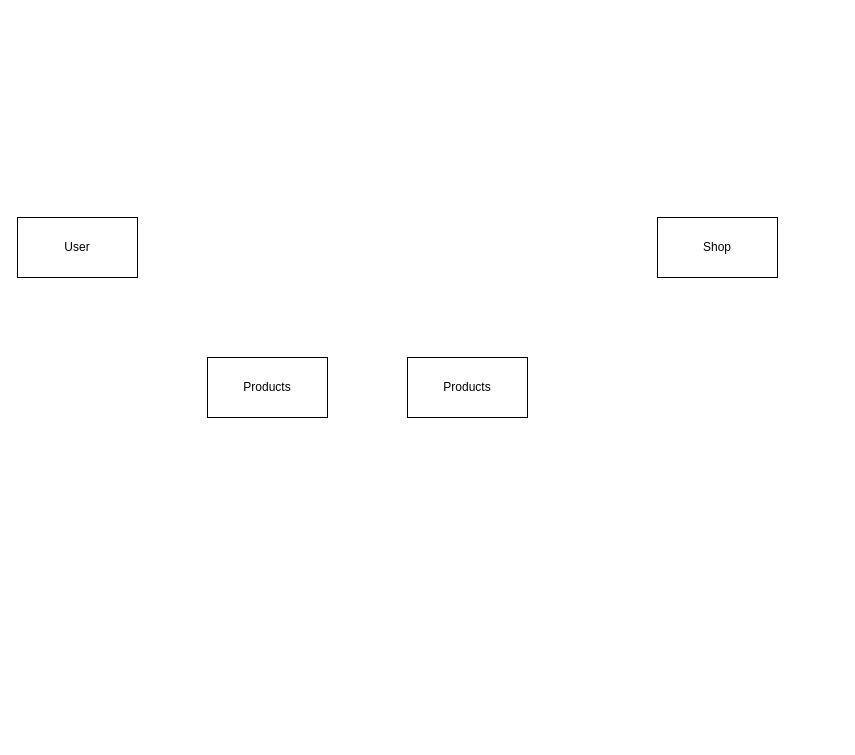
This is Ecogreen Purchase flow.drawio from Icey-Python/DIAGRAMS, a draw.io file, before an edit. Source tidied: cells renumbered, new cells numbered last; positions are measured from the earlier drawing's top-left corner, leaving out a move shared by most shapes. Both pictures are drawn from the tidied source at 100%, with x=0, y=0 at pixel (17, 217).
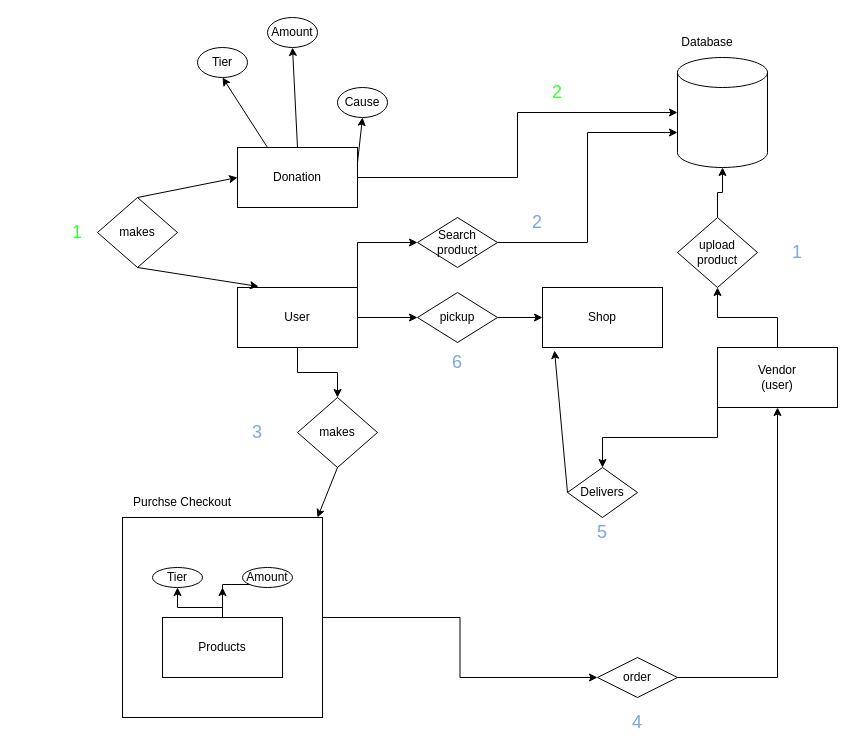
The same diagram, later.

What changed in the source:
```diff
@@
+    <mxCell id="6" style="edgeStyle=orthogonalEdgeStyle;rounded=0;jettySize=auto;html=1;entryX=0;entryY=0.5;entryDx=0;entryDy=0;" parent="1" edge="1" source="2" target="43">
+      <mxGeometry relative="1" as="geometry" />
+    </mxCell>
+    <mxCell id="7" style="edgeStyle=orthogonalEdgeStyle;rounded=0;jettySize=auto;html=1;exitX=0.5;exitY=1;exitDx=0;exitDy=0;" parent="1" edge="1" source="2" target="22">
+      <mxGeometry relative="1" as="geometry" />
+    </mxCell>
+    <mxCell id="8" style="edgeStyle=orthogonalEdgeStyle;rounded=0;jettySize=auto;html=1;exitX=1;exitY=0;exitDx=0;exitDy=0;entryX=0;entryY=0.5;entryDx=0;entryDy=0;" parent="1" edge="1" source="2" target="44">
+      <mxGeometry relative="1" as="geometry" />
+    </mxCell>
     <mxCell id="2" value="&lt;div&gt;User&lt;/div&gt;" style="rounded=0;whiteSpace=wrap;html=1;" parent="1" vertex="1">
-      <mxGeometry width="120" height="60" as="geometry" />
+      <mxGeometry x="220" y="70" width="120" height="60" as="geometry" />
     </mxCell>
     <mxCell id="3" value="Shop" style="rounded=0;whiteSpace=wrap;html=1;" parent="1" vertex="1">
-      <mxGeometry x="640" width="120" height="60" as="geometry" />
+      <mxGeometry x="525" y="70" width="120" height="60" as="geometry" />
     </mxCell>
+    <mxCell id="9" style="rounded=0;jettySize=auto;html=1;exitX=0.25;exitY=0;exitDx=0;exitDy=0;entryX=0.5;entryY=1;entryDx=0;entryDy=0;" parent="1" edge="1" source="5" target="13">
+      <mxGeometry relative="1" as="geometry" />
+    </mxCell>
+    <mxCell id="10" style="rounded=0;jettySize=auto;html=1;exitX=0.5;exitY=0;exitDx=0;exitDy=0;entryX=0.5;entryY=1;entryDx=0;entryDy=0;" parent="1" edge="1" source="5" target="14">
+      <mxGeometry relative="1" as="geometry" />
+    </mxCell>
+    <mxCell id="11" style="rounded=0;jettySize=auto;html=1;exitX=1;exitY=0.25;exitDx=0;exitDy=0;entryX=0.5;entryY=1;entryDx=0;entryDy=0;" parent="1" edge="1" source="5" target="15">
+      <mxGeometry relative="1" as="geometry" />
+    </mxCell>
+    <mxCell id="12" style="edgeStyle=orthogonalEdgeStyle;rounded=0;jettySize=auto;html=1;" parent="1" edge="1" source="5" target="23">
+      <mxGeometry relative="1" as="geometry" />
+    </mxCell>
+    <mxCell id="5" value="Donation" style="rounded=0;whiteSpace=wrap;html=1;" parent="1" vertex="1">
+      <mxGeometry x="220" y="-70" width="120" height="60" as="geometry" />
+    </mxCell>
+    <mxCell id="13" value="&lt;div&gt;Tier&lt;/div&gt;" style="ellipse;whiteSpace=wrap;html=1;" parent="1" vertex="1">
+      <mxGeometry x="180" y="-170" width="50" height="30" as="geometry" />
+    </mxCell>
+    <mxCell id="14" value="Amount" style="ellipse;whiteSpace=wrap;html=1;" parent="1" vertex="1">
+      <mxGeometry x="250" y="-200" width="50" height="30" as="geometry" />
+    </mxCell>
+    <mxCell id="15" value="Cause" style="ellipse;whiteSpace=wrap;html=1;" parent="1" vertex="1">
+      <mxGeometry x="320" y="-130" width="50" height="30" as="geometry" />
+    </mxCell>
+    <mxCell id="16" style="rounded=0;jettySize=auto;html=1;exitX=0.5;exitY=0;exitDx=0;exitDy=0;entryX=0;entryY=0.5;entryDx=0;entryDy=0;" parent="1" edge="1" source="17" target="5">
+      <mxGeometry relative="1" as="geometry" />
+    </mxCell>
+    <mxCell id="17" value="&lt;div&gt;makes&lt;/div&gt;" style="rhombus;whiteSpace=wrap;html=1;" parent="1" vertex="1">
+      <mxGeometry x="80" y="-20" width="80" height="70" as="geometry" />
+    </mxCell>
+    <mxCell id="18" style="rounded=0;jettySize=auto;html=1;exitX=0.5;exitY=1;exitDx=0;exitDy=0;entryX=0.175;entryY=-0.017;entryDx=0;entryDy=0;entryPerimeter=0;" parent="1" edge="1" source="17" target="2">
+      <mxGeometry relative="1" as="geometry" />
+    </mxCell>
+    <mxCell id="19" value="Delivers" style="rhombus;whiteSpace=wrap;html=1;" parent="1" vertex="1">
+      <mxGeometry x="550" y="250" width="70" height="50" as="geometry" />
+    </mxCell>
+    <mxCell id="20" style="rounded=0;jettySize=auto;html=1;entryX=0.1;entryY=1.05;entryDx=0;entryDy=0;exitX=0;exitY=0.5;exitDx=0;exitDy=0;entryPerimeter=0;" parent="1" edge="1" source="19" target="3">
+      <mxGeometry relative="1" as="geometry" />
+    </mxCell>
+    <mxCell id="21" style="rounded=0;jettySize=auto;html=1;exitX=0.5;exitY=1;exitDx=0;exitDy=0;" parent="1" edge="1" source="22">
+      <mxGeometry relative="1" as="geometry">
+        <mxPoint x="300" y="300" as="targetPoint" />
+      </mxGeometry>
+    </mxCell>
+    <mxCell id="22" value="&lt;div&gt;makes&lt;/div&gt;" style="rhombus;whiteSpace=wrap;html=1;" parent="1" vertex="1">
+      <mxGeometry x="280" y="180" width="80" height="70" as="geometry" />
+    </mxCell>
+    <mxCell id="23" style="shape=cylinder3;whiteSpace=wrap;html=1;boundedLbl=1;backgroundOutline=1;size=15;" parent="1" vertex="1">
+      <mxGeometry x="660" y="-160" width="90" height="110" as="geometry" />
+    </mxCell>
+    <mxCell id="24" value="Database" style="text;html=1;align=center;verticalAlign=middle;whiteSpace=wrap;rounded=0;" parent="1" vertex="1">
+      <mxGeometry x="660" y="-190" width="60" height="30" as="geometry" />
+    </mxCell>
+    <mxCell id="25" style="group;" parent="1" vertex="1">
+      <mxGeometry x="105" y="270" width="200" height="230" as="geometry" />
+    </mxCell>
+    <mxCell id="26" style="group;" parent="25" vertex="1">
+      <mxGeometry y="30" width="200" height="200" as="geometry" />
+    </mxCell>
+    <mxCell id="27" style="whiteSpace=wrap;html=1;" parent="26" vertex="1">
+      <mxGeometry width="200" height="200" as="geometry" />
+    </mxCell>
+    <mxCell id="28" style="group;" parent="26" vertex="1">
+      <mxGeometry x="30" y="50" width="140" height="110" as="geometry" />
+    </mxCell>
+    <mxCell id="29" style="edgeStyle=orthogonalEdgeStyle;rounded=0;jettySize=auto;html=1;entryX=0.5;entryY=1;entryDx=0;entryDy=0;exitX=0.36;exitY=0.85;exitDx=0;exitDy=0;exitPerimeter=0;" parent="28" edge="1" source="32" target="31">
+      <mxGeometry relative="1" as="geometry" />
+    </mxCell>
+    <mxCell id="30" style="edgeStyle=orthogonalEdgeStyle;rounded=0;jettySize=auto;html=1;" parent="28" edge="1" source="4">
+      <mxGeometry relative="1" as="geometry">
+        <mxPoint x="70" y="20" as="targetPoint" />
+      </mxGeometry>
+    </mxCell>
-    <mxCell id="4" value="Products" style="rounded=0;whiteSpace=wrap;html=1;" parent="1" vertex="1">
-      <mxGeometry x="190" y="140" width="120" height="60" as="geometry" />
+    <mxCell id="4" value="Products" style="rounded=0;whiteSpace=wrap;html=1;" parent="28" vertex="1">
+      <mxGeometry x="10" y="50" width="120" height="60" as="geometry" />
     </mxCell>
-    <mxCell id="5" value="Products" style="rounded=0;whiteSpace=wrap;html=1;" parent="1" vertex="1">
-      <mxGeometry x="390" y="140" width="120" height="60" as="geometry" />
-    </mxCell>
+    <mxCell id="31" value="Tier" style="ellipse;whiteSpace=wrap;html=1;" parent="28" vertex="1">
+      <mxGeometry width="50" height="20" as="geometry" />
+    </mxCell>
+    <mxCell id="32" value="Amount" style="ellipse;whiteSpace=wrap;html=1;" parent="28" vertex="1">
+      <mxGeometry x="90" width="50" height="20" as="geometry" />
+    </mxCell>
+    <mxCell id="33" value="Purchse Checkout" style="text;html=1;align=center;verticalAlign=middle;whiteSpace=wrap;rounded=0;" parent="25" vertex="1">
+      <mxGeometry width="120" height="30" as="geometry" />
+    </mxCell>
+    <mxCell id="34" style="edgeStyle=orthogonalEdgeStyle;rounded=0;jettySize=auto;html=1;entryX=0.5;entryY=1;entryDx=0;entryDy=0;" parent="1" edge="1" source="36" target="38">
+      <mxGeometry relative="1" as="geometry" />
+    </mxCell>
+    <mxCell id="35" style="edgeStyle=orthogonalEdgeStyle;rounded=0;jettySize=auto;html=1;entryX=0.5;entryY=0;entryDx=0;entryDy=0;exitX=0;exitY=1;exitDx=0;exitDy=0;" parent="1" edge="1" source="36" target="19">
+      <mxGeometry relative="1" as="geometry" />
+    </mxCell>
+    <mxCell id="36" value="&lt;div&gt;Vendor&lt;/div&gt;&lt;div&gt;(user)&lt;br&gt;&lt;/div&gt;" style="rounded=0;whiteSpace=wrap;html=1;" parent="1" vertex="1">
+      <mxGeometry x="700" y="130" width="120" height="60" as="geometry" />
+    </mxCell>
+    <mxCell id="37" style="edgeStyle=orthogonalEdgeStyle;rounded=0;jettySize=auto;html=1;exitX=0.5;exitY=0;exitDx=0;exitDy=0;" parent="1" edge="1" source="38" target="23">
+      <mxGeometry relative="1" as="geometry" />
+    </mxCell>
+    <mxCell id="38" value="&lt;div&gt;upload &lt;br&gt;&lt;/div&gt;&lt;div&gt;product&lt;br&gt;&lt;/div&gt;" style="rhombus;whiteSpace=wrap;html=1;" parent="1" vertex="1">
+      <mxGeometry x="660" width="80" height="70" as="geometry" />
+    </mxCell>
+    <mxCell id="39" style="edgeStyle=orthogonalEdgeStyle;rounded=0;jettySize=auto;html=1;entryX=0.5;entryY=1;entryDx=0;entryDy=0;" parent="1" edge="1" source="40" target="36">
+      <mxGeometry relative="1" as="geometry" />
+    </mxCell>
+    <mxCell id="40" value="&lt;div&gt;order&lt;/div&gt;" style="rhombus;whiteSpace=wrap;html=1;" parent="1" vertex="1">
+      <mxGeometry x="580" y="440" width="80" height="40" as="geometry" />
+    </mxCell>
+    <mxCell id="41" style="edgeStyle=orthogonalEdgeStyle;rounded=0;jettySize=auto;html=1;entryX=0;entryY=0.5;entryDx=0;entryDy=0;" parent="1" edge="1" source="27" target="40">
+      <mxGeometry relative="1" as="geometry" />
+    </mxCell>
+    <mxCell id="42" style="edgeStyle=orthogonalEdgeStyle;rounded=0;jettySize=auto;html=1;exitX=1;exitY=0.5;exitDx=0;exitDy=0;entryX=0;entryY=0.5;entryDx=0;entryDy=0;" parent="1" edge="1" source="43" target="3">
+      <mxGeometry relative="1" as="geometry" />
+    </mxCell>
+    <mxCell id="43" value="pickup" style="rhombus;whiteSpace=wrap;html=1;" parent="1" vertex="1">
+      <mxGeometry x="400" y="75" width="80" height="50" as="geometry" />
+    </mxCell>
+    <mxCell id="44" value="&lt;div&gt;Search&lt;/div&gt;&lt;div&gt;product&lt;br&gt;&lt;/div&gt;" style="rhombus;whiteSpace=wrap;html=1;" parent="1" vertex="1">
+      <mxGeometry x="400" width="80" height="50" as="geometry" />
+    </mxCell>
+    <mxCell id="45" style="edgeStyle=orthogonalEdgeStyle;rounded=0;jettySize=auto;html=1;exitX=1;exitY=0.5;exitDx=0;exitDy=0;entryX=0;entryY=0;entryDx=0;entryDy=75;entryPerimeter=0;" parent="1" edge="1" source="44" target="23">
+      <mxGeometry relative="1" as="geometry" />
+    </mxCell>
+    <mxCell id="46" value="&lt;font color=&quot;#7ea6e0&quot; style=&quot;font-size: 18px;&quot;&gt;1&lt;/font&gt;" style="text;html=1;align=center;verticalAlign=middle;whiteSpace=wrap;rounded=0;" parent="1" vertex="1">
+      <mxGeometry x="750" y="20" width="60" height="30" as="geometry" />
+    </mxCell>
+    <mxCell id="47" value="&lt;font style=&quot;font-size: 18px;&quot; color=&quot;#7ea6e0&quot;&gt;2&lt;/font&gt;" style="text;html=1;align=center;verticalAlign=middle;whiteSpace=wrap;rounded=0;" parent="1" vertex="1">
+      <mxGeometry x="490" y="-10" width="60" height="30" as="geometry" />
+    </mxCell>
+    <mxCell id="48" value="&lt;font style=&quot;font-size: 18px;&quot; color=&quot;#7ea6e0&quot;&gt;3&lt;/font&gt;" style="text;html=1;align=center;verticalAlign=middle;whiteSpace=wrap;rounded=0;" parent="1" vertex="1">
+      <mxGeometry x="210" y="200" width="60" height="30" as="geometry" />
+    </mxCell>
+    <mxCell id="49" value="&lt;font style=&quot;font-size: 18px;&quot; color=&quot;#7ea6e0&quot;&gt;4&lt;/font&gt;" style="text;html=1;align=center;verticalAlign=middle;whiteSpace=wrap;rounded=0;" parent="1" vertex="1">
+      <mxGeometry x="590" y="490" width="60" height="30" as="geometry" />
+    </mxCell>
+    <mxCell id="50" value="&lt;font style=&quot;font-size: 18px;&quot; color=&quot;#7ea6e0&quot;&gt;5&lt;/font&gt;" style="text;html=1;align=center;verticalAlign=middle;whiteSpace=wrap;rounded=0;" parent="1" vertex="1">
+      <mxGeometry x="555" y="300" width="60" height="30" as="geometry" />
+    </mxCell>
+    <mxCell id="51" value="&lt;font style=&quot;font-size: 18px;&quot; color=&quot;#7ea6e0&quot;&gt;6&lt;/font&gt;" style="text;html=1;align=center;verticalAlign=middle;whiteSpace=wrap;rounded=0;" parent="1" vertex="1">
+      <mxGeometry x="410" y="130" width="60" height="30" as="geometry" />
+    </mxCell>
+    <mxCell id="52" value="&lt;font color=&quot;#33ff33&quot; style=&quot;font-size: 18px;&quot;&gt;1&lt;/font&gt;" style="text;html=1;align=center;verticalAlign=middle;whiteSpace=wrap;rounded=0;" parent="1" vertex="1">
+      <mxGeometry x="30" width="60" height="30" as="geometry" />
+    </mxCell>
+    <mxCell id="53" value="&lt;font style=&quot;font-size: 18px;&quot; color=&quot;#33ff33&quot;&gt;2&lt;/font&gt;" style="text;html=1;align=center;verticalAlign=middle;whiteSpace=wrap;rounded=0;" parent="1" vertex="1">
+      <mxGeometry x="510" y="-140" width="60" height="30" as="geometry" />
+    </mxCell>
```
